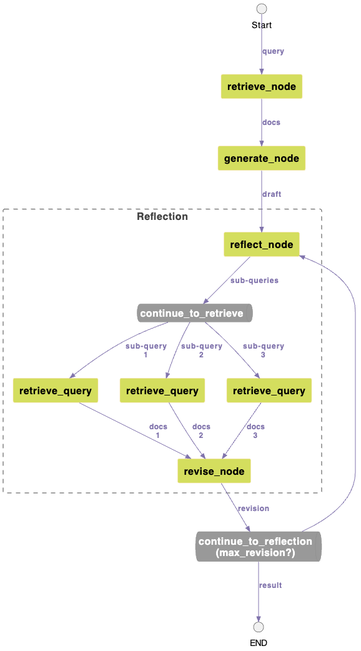
Before: chart/rag-with-reflection.png, a diagram exported from PlantUML (kyopark2014/rag-with-reflection). Its source is kept beside it as chart/rag-with-reflection.puml. The source it was exported from:
```plantuml
@startuml Self RAG

!include https://raw.githubusercontent.com/plantuml-stdlib/C4-PlantUML/master/C4_Container.puml

skinparam wrapWidth 200
skinparam maxMessageSize 200

!$BLACK = "#black"
!$COLOR_A_6 = "#d4de5e"
!$COLOR_A_5 = "#7f3b08"
!$COLOR_A_4 = "#b35806"
!$COLOR_A_3 = "#e08214"
!$COLOR_A_2 = "#fdb863"
!$COLOR_A_1 = "#fee0b6"
!$COLOR_NEUTRAL = "#f7f7f7"
!$COLOR_B_1 = "#d8daeb"
!$COLOR_B_2 = "#b2abd2"
!$COLOR_B_3 = "#8073ac"
!$COLOR_B_4 = "#542788"
!$COLOR_B_5 = "#2d004b"
!$COLOR_REL_LINE = "#8073ac"
!$COLOR_REL_TEXT = "#8073ac"

UpdateElementStyle("container", $bgColor=$COLOR_A_6, $fontColor=$BLACK, $borderColor=$COLOR_A_1, $shadowing="false", $legendText="Internal user")
UpdateElementStyle("system", $bgColor=$COLOR_B_4, $fontColor=$COLOR_NEUTRAL, $borderColor=$COLOR_B_2, $legendText="External system")
UpdateRelStyle($lineColor=$COLOR_REL_LINE, $textColor=$COLOR_REL_TEXT)

LAYOUT_WITH_LEGEND()


Container(retrieve_node, "retrieve_node")

Container(generate_node, "generate_node")

Boundary(c2, "Reflection") {
    Container(reflect_node, "reflect_node")

    SystemQueue_Ext(continue_to_retrieve_query, "continue_to_retrieve_query")

    Container(retrieve_query1, "retrieve_query")

    Container(retrieve_query2, "retrieve_query")

    Container(retrieve_query3, "retrieve_query")

    Container(revise_node, "revise_node")
}

SystemQueue_Ext(continue_to_reflection, "continue_to_reflection\n(max_revision?)")

Rel(Start, retrieve_node, "query")

Rel(retrieve_node, generate_node, "docs")

Rel(generate_node, reflect_node, "draft")


Rel(reflect_node, continue_to_retrieve_query, "sub-queries")

Rel(continue_to_retrieve_query, retrieve_query1, "sub-query\n1")
Rel(continue_to_retrieve_query, retrieve_query2, "sub-query\n2")
Rel(continue_to_retrieve_query, retrieve_query3, "sub-query\n3")

Rel(retrieve_query1, revise_node, "docs\n1")
Rel(retrieve_query2, revise_node, "docs\n2")
Rel(retrieve_query3, revise_node, "docs\n3")

Rel(revise_node, continue_to_reflection, "revision")

Rel(continue_to_reflection, reflect_node, "")

Rel(continue_to_reflection, END, "result")

@enduml
```
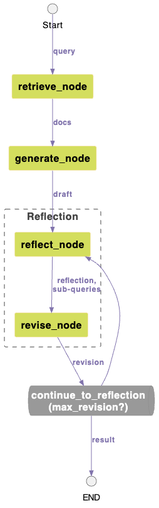
After the commit.

The edit, as a diff of the source:
```diff
@@ -35,14 +35,6 @@
 Boundary(c2, "Reflection") {
     Container(reflect_node, "reflect_node")
 
-    SystemQueue_Ext(continue_to_retrieve_query, "continue_to_retrieve_query")
-
-    Container(retrieve_query1, "retrieve_query")
-
-    Container(retrieve_query2, "retrieve_query")
-
-    Container(retrieve_query3, "retrieve_query")
-
     Container(revise_node, "revise_node")
 }
 
@@ -54,16 +46,7 @@
 
 Rel(generate_node, reflect_node, "draft")
 
-
-Rel(reflect_node, continue_to_retrieve_query, "sub-queries")
-
-Rel(continue_to_retrieve_query, retrieve_query1, "sub-query\n1")
-Rel(continue_to_retrieve_query, retrieve_query2, "sub-query\n2")
-Rel(continue_to_retrieve_query, retrieve_query3, "sub-query\n3")
-
-Rel(retrieve_query1, revise_node, "docs\n1")
-Rel(retrieve_query2, revise_node, "docs\n2")
-Rel(retrieve_query3, revise_node, "docs\n3")
+Rel(reflect_node, revise_node, "reflection,\nsub-queries")
 
 Rel(revise_node, continue_to_reflection, "revision")
 
```
